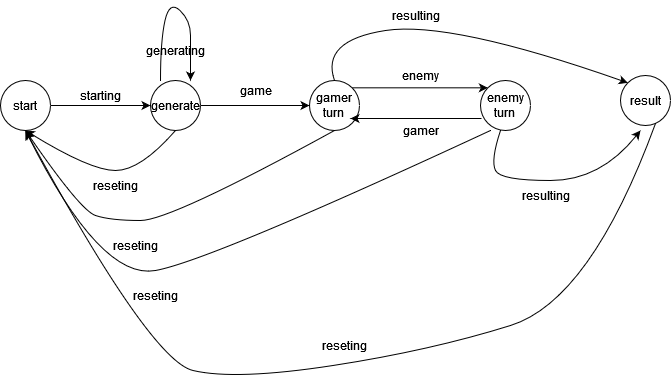
Above: TransitionGraphFSM.drawio.png in mvodev/sea-battle (draw.io), before the change. Source tidied: cells renumbered, new cells last; positions are measured from the earlier drawing's top-left corner, leaving out a move shared by most shapes.
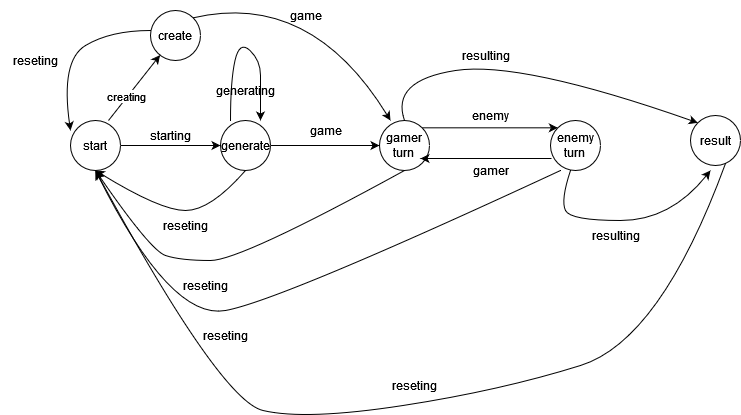
Later version of the same file.

Commit message:
add new state to create layout by yuorself and diagrams updated

What changed in the source:
```diff
@@ -129,5 +129,36 @@
     <mxCell id="28" value="reseting" style="text;html=1;align=center;verticalAlign=middle;strokeColor=none;fillColor=none;" parent="1" vertex="1">
       <mxGeometry x="309" y="330" width="70" height="30" as="geometry" />
     </mxCell>
+    <mxCell id="29" value="create" style="ellipse;whiteSpace=wrap;html=1;" parent="1" vertex="1">
+      <mxGeometry x="80" y="-30" width="50" height="50" as="geometry" />
+    </mxCell>
+    <mxCell id="30" style="endArrow=classic;html=1;rounded=0;exitX=0.76;exitY=0;exitDx=0;exitDy=0;exitPerimeter=0;" parent="1" edge="1" source="2" target="29">
+      <mxGeometry relative="1" as="geometry" />
+    </mxCell>
+    <mxCell id="31" value="&lt;div&gt;creating&lt;/div&gt;" style="edgeLabel;html=1;align=center;verticalAlign=middle;" parent="30" vertex="1">
+      <mxGeometry x="-0.28" y="1" relative="1" as="geometry" />
+    </mxCell>
+    <mxCell id="32" style="curved=1;endArrow=classic;html=1;rounded=0;exitX=1;exitY=0;exitDx=0;exitDy=0;entryX=0.22;entryY=0;entryDx=0;entryDy=0;entryPerimeter=0;" parent="1" edge="1" source="29" target="8">
+      <mxGeometry relative="1" as="geometry">
+        <Array as="points">
+          <mxPoint x="240" y="-50" />
+        </Array>
+      </mxGeometry>
+    </mxCell>
+    <mxCell id="33" value="game" style="text;html=1;align=center;verticalAlign=middle;strokeColor=none;fillColor=none;" parent="1" vertex="1">
+      <mxGeometry x="210" y="-40" width="50" height="30" as="geometry" />
+    </mxCell>
+    <mxCell id="34" value="reseting" style="text;html=1;align=center;verticalAlign=middle;strokeColor=none;fillColor=none;" parent="1" vertex="1">
+      <mxGeometry x="-70" y="5" width="70" height="30" as="geometry" />
+    </mxCell>
+    <mxCell id="35" style="curved=1;endArrow=classic;html=1;rounded=0;exitX=0.5;exitY=1;exitDx=0;exitDy=0;entryX=0;entryY=0.2;entryDx=0;entryDy=0;entryPerimeter=0;" parent="1" edge="1" target="2">
+      <mxGeometry relative="1" as="geometry">
+        <mxPoint x="80" y="-10" as="sourcePoint" />
+        <Array as="points">
+          <mxPoint x="40" y="-10" />
+          <mxPoint x="-10" y="20" />
+        </Array>
+      </mxGeometry>
+    </mxCell>
   </root>
 </mxGraphModel>
```
